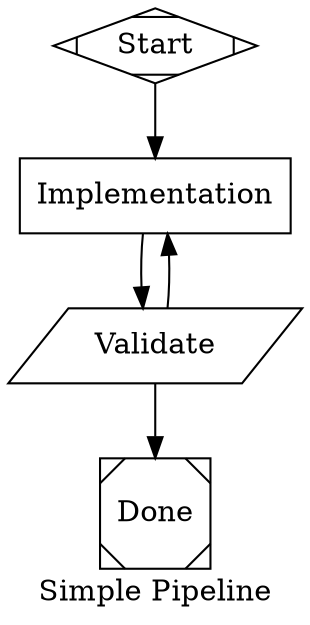
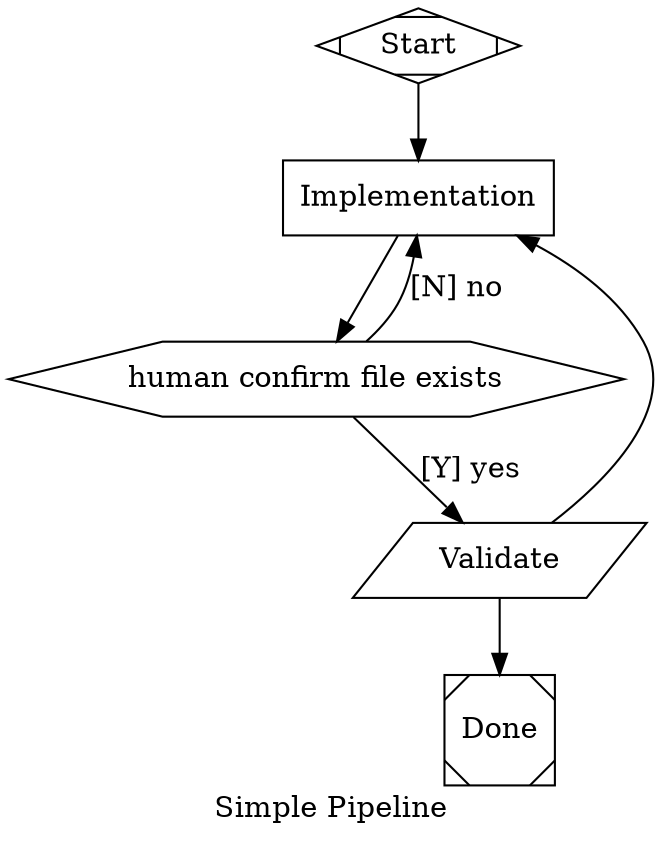

digraph Simple {

    // ── Graph-level attributes ─────────────────────────────────────────────

    graph [
        goal             = "Create a simple file via LLM",
        label            = "Simple Pipeline",

        // default_max_retries applies to every node that omits max_retries
        default_max_retries = 1,

        // default_fidelity: compact = structured bullet-point context summary
        default_fidelity = "compact",

        // model_stylesheet: CSS-like rules for LLM model/provider/effort.
        //   *         → universal (lowest specificity)
        //   .class    → class-name match (medium)
        //   #node_id  → exact node ID (highest)
        model_stylesheet = "
            * { llm_model: claude-sonnet-4-6; llm_provider: anthropic; reasoning_effort: medium; }
            .careful { llm_model: claude-opus-4-8; reasoning_effort: high; }
            .fast    { llm_model: claude-haiku-4-5; reasoning_effort: low; }
            #plan    { reasoning_effort: low; }
        "
    ]

    // Node and edge default blocks — apply to all subsequent declarations
    // in this scope; individual nodes/edges may override.
    node [shape=box, timeout="30s"]
    edge [weight=0]


    // ── Entry and exit ─────────────────────────────────────────────────────

    start [shape=Mdiamond, label="Start"]
    done  [shape=Msquare,  label="Done"]


    // ── Implementation ────────────────────────────────────────────

    implement [
        label = "Implementation",
        prompt = "Create a text file in the current directory with the message \"Hello from claude\"",
        goal_gate     = true,
        max_retries   = 2,
        allow_partial = true,
        class = "fast"
    ]

+     approval [
+         shape = hexagon,
+         label = "human confirm file exists",
+         type = "wait.human"
+     ]
+ 
    validate [
        shape        = parallelogram,
        label        = "Validate",
        type         = "tool",
        tool_command = "rg -l 'Hello from claude'",
        timeout      = "10s"
    ]

    // ── Edges ──────────────────────────────────────────────────────────────

    // Chained edge: A -> B -> C expands to A->B and B->C; attributes apply
    // to every hop.  Here both edges are unconditional (weight=0, no label).
-     start -> implement -> validate
+     start -> implement -> approval
+     approval -> validate [label = "[Y] yes"]
+     approval -> implement [label = "[N] no"]
    validate -> implement [condition="outcome=fail"]
    validate -> done [condition="outcome=success"]
}
